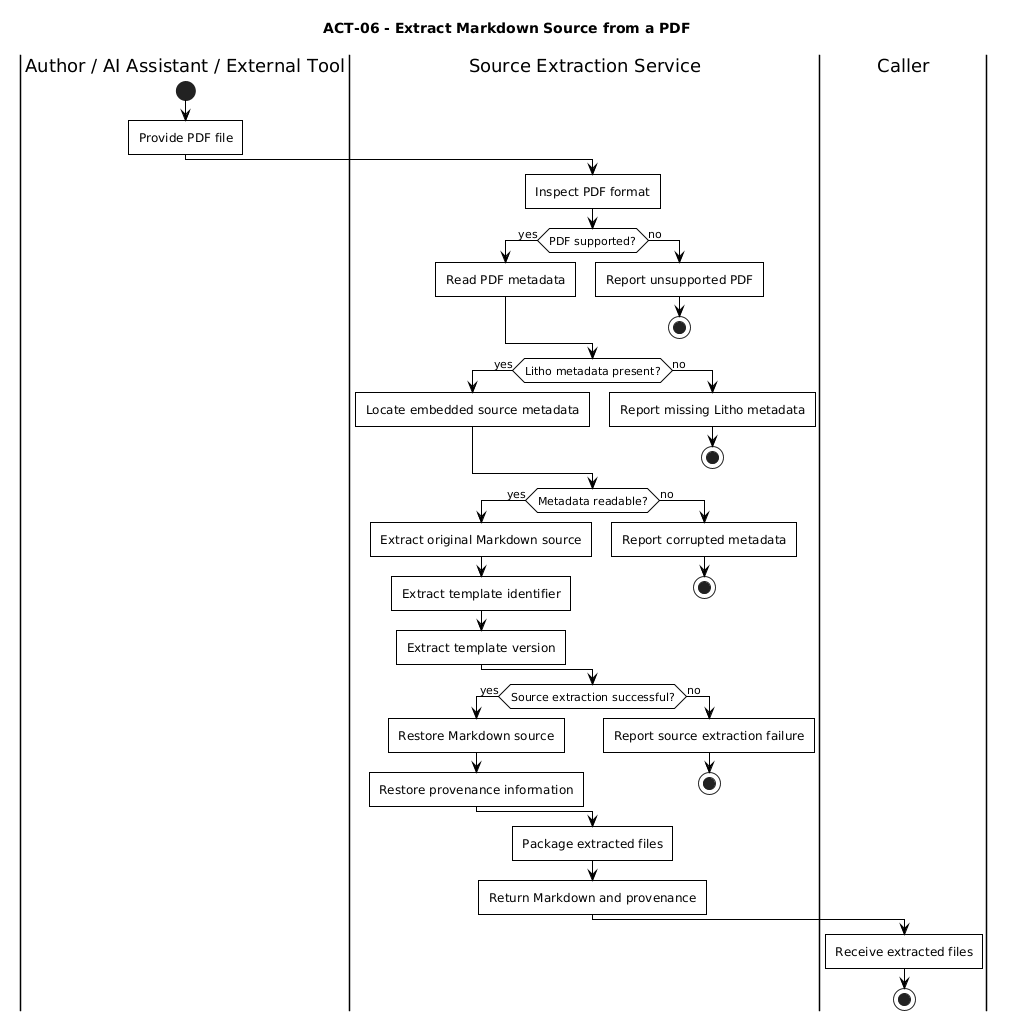
Above: Figures/activity/06-extract-source.png in Litho-MD/uet-fyp-docs (PlantUML), before the change.
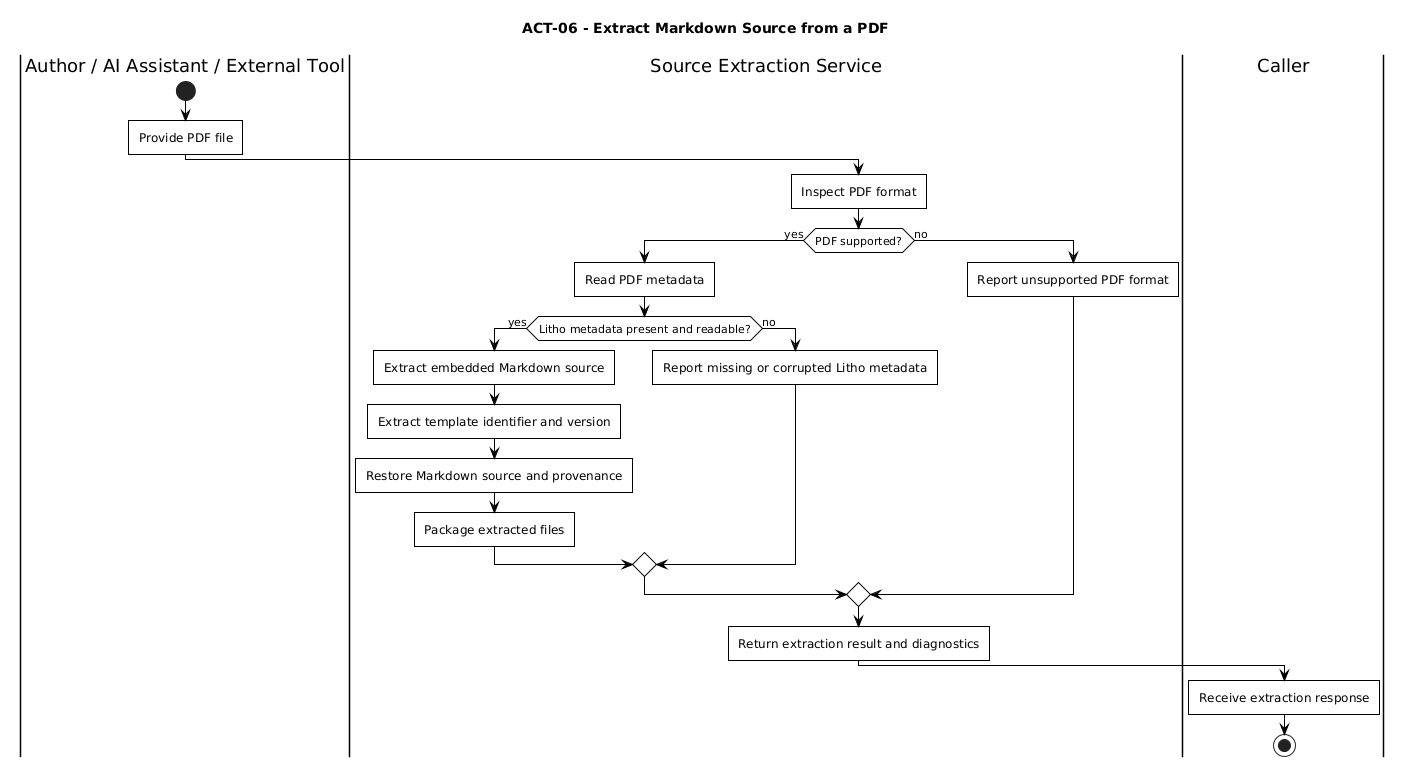
After the change.

What changed in the source:
```diff
@@ -25,39 +25,21 @@
 :Inspect PDF format;
 if (PDF supported?) then (yes)
     :Read PDF metadata;
+    if (Litho metadata present and readable?) then (yes)
+        :Extract embedded Markdown source;
+        :Extract template identifier and version;
+        :Restore Markdown source and provenance;
+        :Package extracted files;
+    else (no)
+        :Report missing or corrupted Litho metadata;
+    endif
 else (no)
-    :Report unsupported PDF;
-    stop
+    :Report unsupported PDF format;
 endif
 
-if (Litho metadata present?) then (yes)
-    :Locate embedded source metadata;
-else (no)
-    :Report missing Litho metadata;
-    stop
-endif
-
-if (Metadata readable?) then (yes)
-    :Extract original Markdown source;
-    :Extract template identifier;
-    :Extract template version;
-else (no)
-    :Report corrupted metadata;
-    stop
-endif
-
-if (Source extraction successful?) then (yes)
-    :Restore Markdown source;
-    :Restore provenance information;
-else (no)
-    :Report source extraction failure;
-    stop
-endif
-
-:Package extracted files;
-:Return Markdown and provenance;
+:Return extraction result and diagnostics;
 
 |Caller|
-:Receive extracted files;
+:Receive extraction response;
 stop
 @enduml
```
